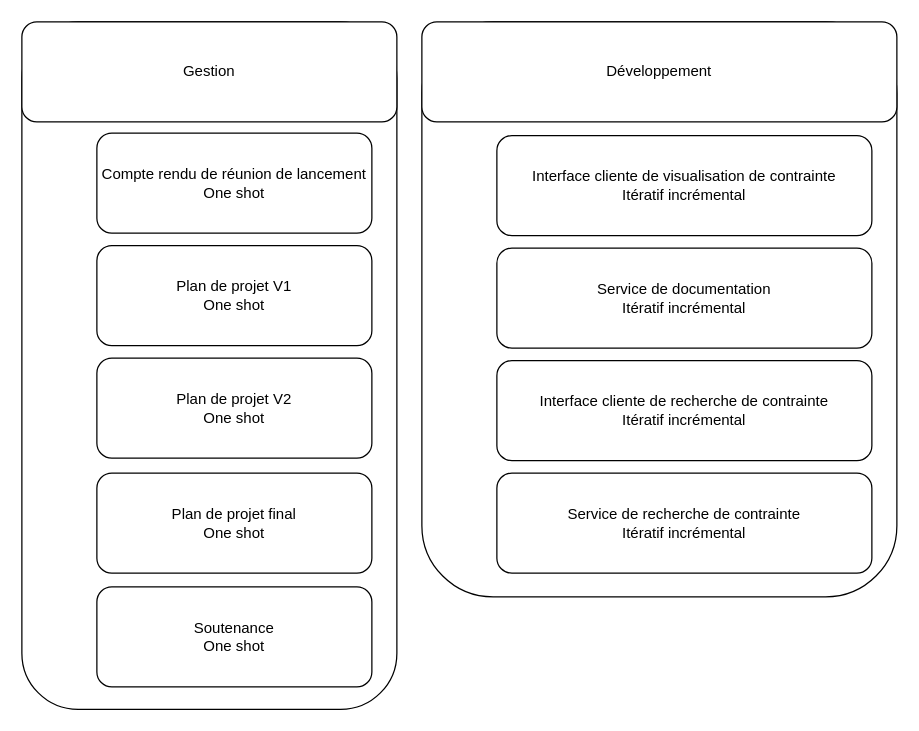
Szyckaa/UE-PROJET-DOCS-GESTION keeps this draw.io diagram as plan_management_projet/documents/PBS (2).drawio. Above is the earlier version. Source tidied: cells renumbered, new cells numbered last; positions are measured from the earlier drawing's top-left corner, leaving out a move shared by most shapes. Both pictures are drawn from the tidied source at 125%, with x=0, y=0 at pixel (21, 21).
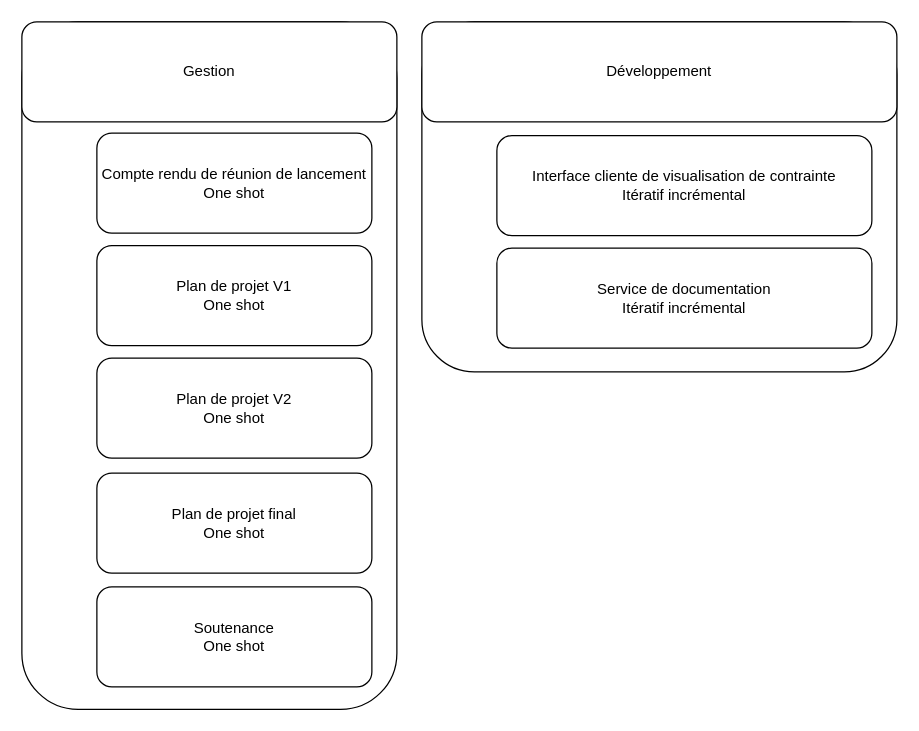
Above is the later version.

Commit message (it also covers changes not shown here):
Syst de recherche retiré

Change to the diagram source:
```diff
@@
 <mxGraphModel>
   <root>
     <mxCell id="0" />
     <mxCell id="1" parent="0" />
     <mxCell id="2" style="rounded=1;whiteSpace=wrap;html=1;" parent="1" vertex="1">
-      <mxGeometry x="320" width="380" height="460" as="geometry" />
+      <mxGeometry x="320" width="380" height="280" as="geometry" />
     </mxCell>
     <mxCell id="3" style="rounded=1;whiteSpace=wrap;html=1;" parent="1" vertex="1">
       <mxGeometry width="300" height="550" as="geometry" />
     </mxCell>
     <mxCell id="4" value="Gestion" style="rounded=1;whiteSpace=wrap;html=1;" parent="1" vertex="1">
       <mxGeometry width="300" height="80" as="geometry" />
     </mxCell>
     <mxCell id="5" value="Compte rendu de réunion de lancement&lt;br&gt;One shot" style="rounded=1;whiteSpace=wrap;html=1;" parent="1" vertex="1">
       <mxGeometry x="60" y="89" width="220" height="80" as="geometry" />
     </mxCell>
     <mxCell id="6" value="Plan de projet V1&lt;br&gt;One shot" style="rounded=1;whiteSpace=wrap;html=1;" parent="1" vertex="1">
       <mxGeometry x="60" y="179" width="220" height="80" as="geometry" />
     </mxCell>
     <mxCell id="7" value="Plan de projet V2&lt;br&gt;One shot" style="rounded=1;whiteSpace=wrap;html=1;" parent="1" vertex="1">
       <mxGeometry x="60" y="269" width="220" height="80" as="geometry" />
     </mxCell>
     <mxCell id="8" value="Plan de projet final&lt;br&gt;One shot" style="rounded=1;whiteSpace=wrap;html=1;" parent="1" vertex="1">
       <mxGeometry x="60" y="361" width="220" height="80" as="geometry" />
     </mxCell>
     <mxCell id="9" value="Développement" style="rounded=1;whiteSpace=wrap;html=1;" parent="1" vertex="1">
       <mxGeometry x="320" width="380" height="80" as="geometry" />
     </mxCell>
     <mxCell id="10" value="Interface cliente de visualisation de contrainte&lt;br&gt;Itératif incrémental" style="rounded=1;whiteSpace=wrap;html=1;" parent="1" vertex="1">
       <mxGeometry x="380" y="91" width="300" height="80" as="geometry" />
     </mxCell>
     <mxCell id="11" value="Service de documentation&lt;br&gt;Itératif incrémental" style="rounded=1;whiteSpace=wrap;html=1;" parent="1" vertex="1">
       <mxGeometry x="380" y="181" width="300" height="80" as="geometry" />
     </mxCell>
-    <mxCell id="12" value="Interface cliente de recherche de contrainte&lt;br&gt;Itératif incrémental" style="rounded=1;whiteSpace=wrap;html=1;" parent="1" vertex="1">
-      <mxGeometry x="380" y="271" width="300" height="80" as="geometry" />
-    </mxCell>
-    <mxCell id="13" value="Service de recherche de contrainte&lt;br&gt;Itératif incrémental" style="rounded=1;whiteSpace=wrap;html=1;" parent="1" vertex="1">
-      <mxGeometry x="380" y="361" width="300" height="80" as="geometry" />
-    </mxCell>
     <mxCell id="14" value="Soutenance&lt;br&gt;One shot" style="rounded=1;whiteSpace=wrap;html=1;" parent="1" vertex="1">
       <mxGeometry x="60" y="452" width="220" height="80" as="geometry" />
     </mxCell>
   </root>
 </mxGraphModel>
```
